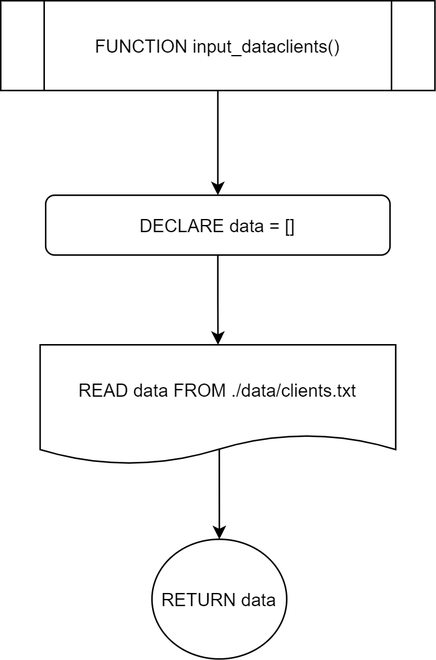
RabbitBear00/Car-Rental-System keeps this draw.io diagram as Flowchart/default/input_dataclients.png. Above is the earlier version. Source tidied: cells renumbered, new cells last; positions are measured from the earlier drawing's top-left corner, leaving out a move shared by most shapes.
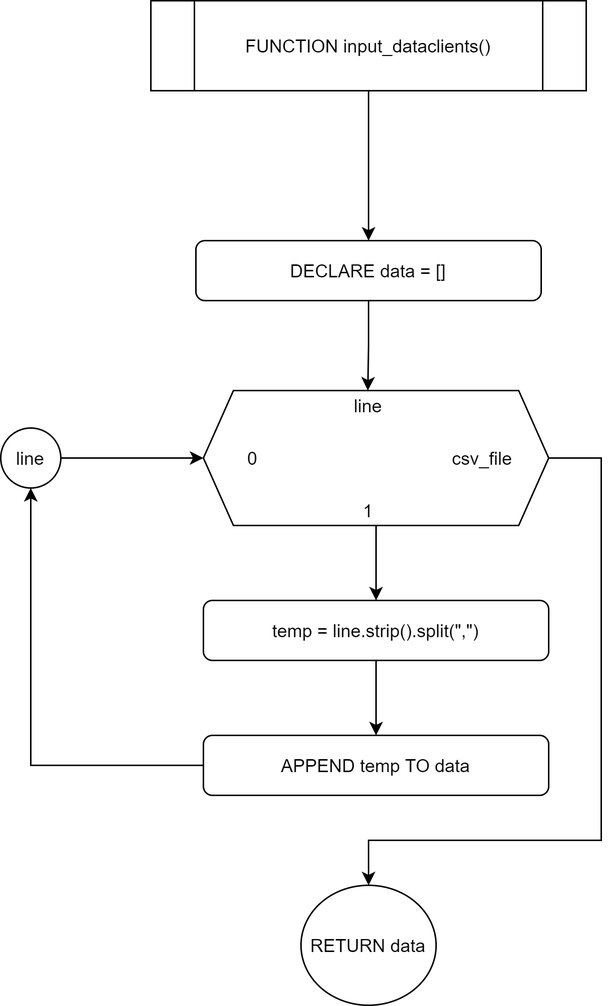
The same file after the commit.

What changed in the source:
```diff
@@ -2,26 +2,68 @@
   <root>
     <mxCell id="0" />
     <mxCell id="1" parent="0" />
-    <mxCell id="2" style="edgeStyle=orthogonalEdgeStyle;rounded=0;jettySize=auto;html=1;" parent="1" edge="1" source="3" target="5">
+    <mxCell id="2" style="edgeStyle=orthogonalEdgeStyle;rounded=0;jettySize=auto;html=1;entryX=0.5;entryY=0;entryDx=0;entryDy=0;" parent="1" edge="1" source="3" target="5">
       <mxGeometry relative="1" as="geometry" />
     </mxCell>
     <mxCell id="3" value="FUNCTION input_dataclients()" style="shape=process;whiteSpace=wrap;html=1;backgroundOutline=1;" parent="1" vertex="1">
-      <mxGeometry width="290" height="60" as="geometry" />
+      <mxGeometry y="60" width="290" height="60" as="geometry" />
     </mxCell>
-    <mxCell id="4" style="edgeStyle=orthogonalEdgeStyle;rounded=0;jettySize=auto;html=1;" parent="1" edge="1" source="5" target="7">
-      <mxGeometry relative="1" as="geometry" />
-    </mxCell>
+    <mxCell id="8" value="RETURN data" style="ellipse;whiteSpace=wrap;html=1;" parent="1" vertex="1">
+      <mxGeometry x="100" y="650" width="90" height="80" as="geometry" />
+    </mxCell>
+    <mxCell id="9" style="edgeStyle=orthogonalEdgeStyle;rounded=0;jettySize=auto;html=1;entryX=0.5;entryY=0;entryDx=0;entryDy=0;" parent="1" edge="1" source="5" target="12">
+      <mxGeometry relative="1" as="geometry" />
+    </mxCell>
     <mxCell id="5" value="DECLARE data = []" style="rounded=1;whiteSpace=wrap;html=1;" parent="1" vertex="1">
-      <mxGeometry x="30" y="130" width="230" height="40" as="geometry" />
+      <mxGeometry x="30" y="220" width="230" height="40" as="geometry" />
     </mxCell>
-    <mxCell id="6" style="edgeStyle=orthogonalEdgeStyle;rounded=0;jettySize=auto;html=1;exitX=0.504;exitY=0.863;exitDx=0;exitDy=0;exitPerimeter=0;" parent="1" edge="1" source="7" target="8">
-      <mxGeometry relative="1" as="geometry" />
-    </mxCell>
-    <mxCell id="7" value="&lt;span&gt;READ data FROM ./data/clients.txt&lt;/span&gt;" style="shape=document;whiteSpace=wrap;html=1;boundedLbl=1;size=0.25;" parent="1" vertex="1">
-      <mxGeometry x="26.2" y="230" width="237.5" height="80" as="geometry" />
-    </mxCell>
-    <mxCell id="8" value="RETURN data" style="ellipse;whiteSpace=wrap;html=1;" parent="1" vertex="1">
-      <mxGeometry x="101" y="360" width="90" height="80" as="geometry" />
-    </mxCell>
+    <mxCell id="10" style="group;" parent="1" vertex="1">
+      <mxGeometry x="35" y="320" width="230" height="90" as="geometry" />
+    </mxCell>
+    <mxCell id="11" style="shape=hexagon;perimeter=hexagonPerimeter2;whiteSpace=wrap;html=1;fixedSize=1;" parent="10" vertex="1">
+      <mxGeometry width="230" height="90" as="geometry" />
+    </mxCell>
+    <mxCell id="12" value="line" style="text;html=1;strokeColor=none;fillColor=none;align=center;verticalAlign=middle;whiteSpace=wrap;rounded=0;" parent="10" vertex="1">
+      <mxGeometry x="87.6" width="43.8" height="20" as="geometry" />
+    </mxCell>
+    <mxCell id="13" value="0" style="text;html=1;strokeColor=none;fillColor=none;align=center;verticalAlign=middle;whiteSpace=wrap;rounded=0;" parent="10" vertex="1">
+      <mxGeometry x="11" y="35" width="43.8" height="20" as="geometry" />
+    </mxCell>
+    <mxCell id="14" value="1" style="text;html=1;strokeColor=none;fillColor=none;align=center;verticalAlign=middle;whiteSpace=wrap;rounded=0;" parent="10" vertex="1">
+      <mxGeometry x="87.6" y="70" width="43.8" height="20" as="geometry" />
+    </mxCell>
+    <mxCell id="15" value="csv_file" style="text;html=1;strokeColor=none;fillColor=none;align=center;verticalAlign=middle;whiteSpace=wrap;rounded=0;" parent="10" vertex="1">
+      <mxGeometry x="164.3" y="35" width="43.8" height="20" as="geometry" />
+    </mxCell>
+    <mxCell id="16" style="edgeStyle=orthogonalEdgeStyle;rounded=0;jettySize=auto;html=1;" parent="1" edge="1" source="17" target="19">
+      <mxGeometry relative="1" as="geometry" />
+    </mxCell>
+    <mxCell id="17" value="temp = line.strip().split(&quot;,&quot;)" style="rounded=1;whiteSpace=wrap;html=1;" parent="1" vertex="1">
+      <mxGeometry x="35" y="460" width="230" height="40" as="geometry" />
+    </mxCell>
+    <mxCell id="18" style="edgeStyle=orthogonalEdgeStyle;rounded=0;jettySize=auto;html=1;entryX=0.5;entryY=1;entryDx=0;entryDy=0;" parent="1" edge="1" source="19" target="22">
+      <mxGeometry relative="1" as="geometry" />
+    </mxCell>
+    <mxCell id="19" value="APPEND temp TO data" style="rounded=1;whiteSpace=wrap;html=1;" parent="1" vertex="1">
+      <mxGeometry x="35" y="550" width="230" height="40" as="geometry" />
+    </mxCell>
+    <mxCell id="20" style="edgeStyle=orthogonalEdgeStyle;rounded=0;jettySize=auto;html=1;" parent="1" edge="1" source="11" target="17">
+      <mxGeometry relative="1" as="geometry" />
+    </mxCell>
+    <mxCell id="21" style="edgeStyle=orthogonalEdgeStyle;rounded=0;jettySize=auto;html=1;entryX=0;entryY=0.5;entryDx=0;entryDy=0;" parent="1" edge="1" source="22" target="11">
+      <mxGeometry relative="1" as="geometry" />
+    </mxCell>
+    <mxCell id="22" value="line" style="ellipse;whiteSpace=wrap;html=1;" parent="1" vertex="1">
+      <mxGeometry x="-100" y="345" width="40" height="40" as="geometry" />
+    </mxCell>
+    <mxCell id="23" style="edgeStyle=orthogonalEdgeStyle;rounded=0;jettySize=auto;html=1;entryX=0.5;entryY=0;entryDx=0;entryDy=0;" parent="1" edge="1" source="11" target="8">
+      <mxGeometry relative="1" as="geometry">
+        <Array as="points">
+          <mxPoint x="300" y="365" />
+          <mxPoint x="300" y="620" />
+          <mxPoint x="145" y="620" />
+        </Array>
+      </mxGeometry>
+    </mxCell>
   </root>
 </mxGraphModel>
```
